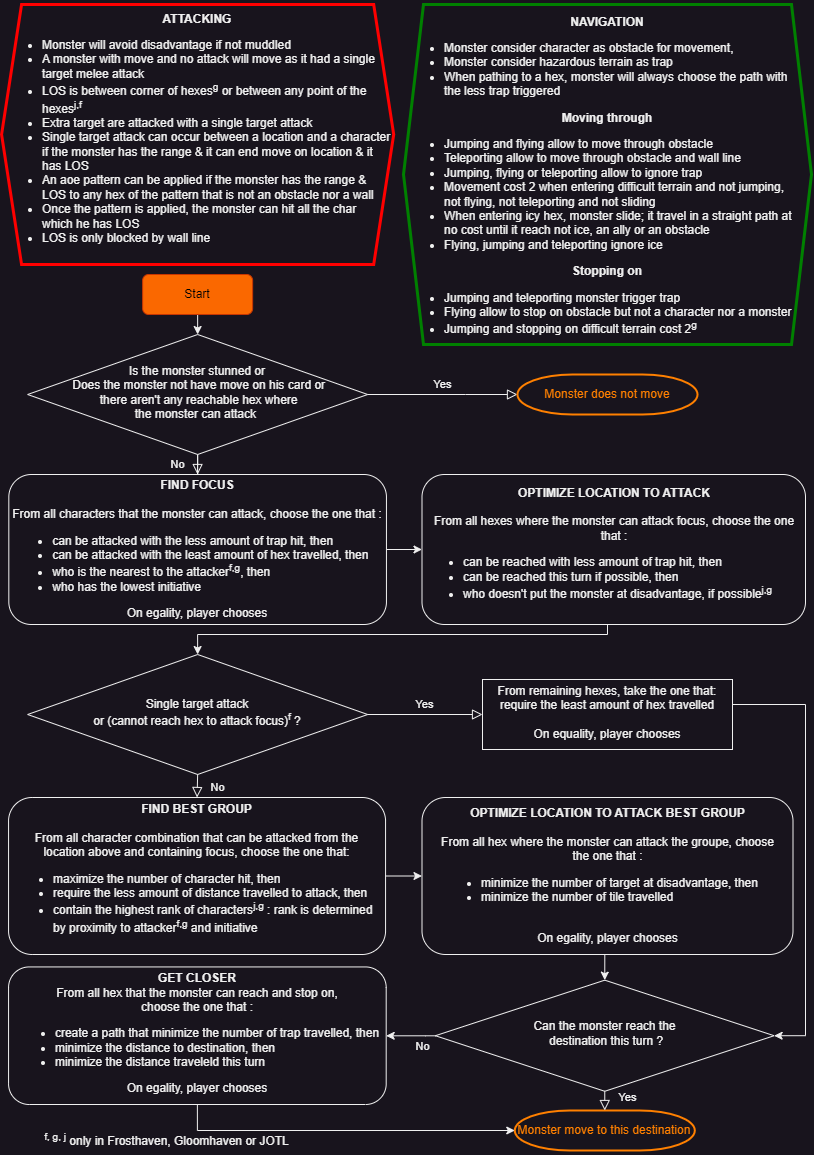
Earlier version of the draw.io export GloomIA_Flowchart.png (Toucan4Life/gloom). Source tidied: cells renumbered, new cells last; positions are measured from the earlier drawing's top-left corner, leaving out a move shared by most shapes.
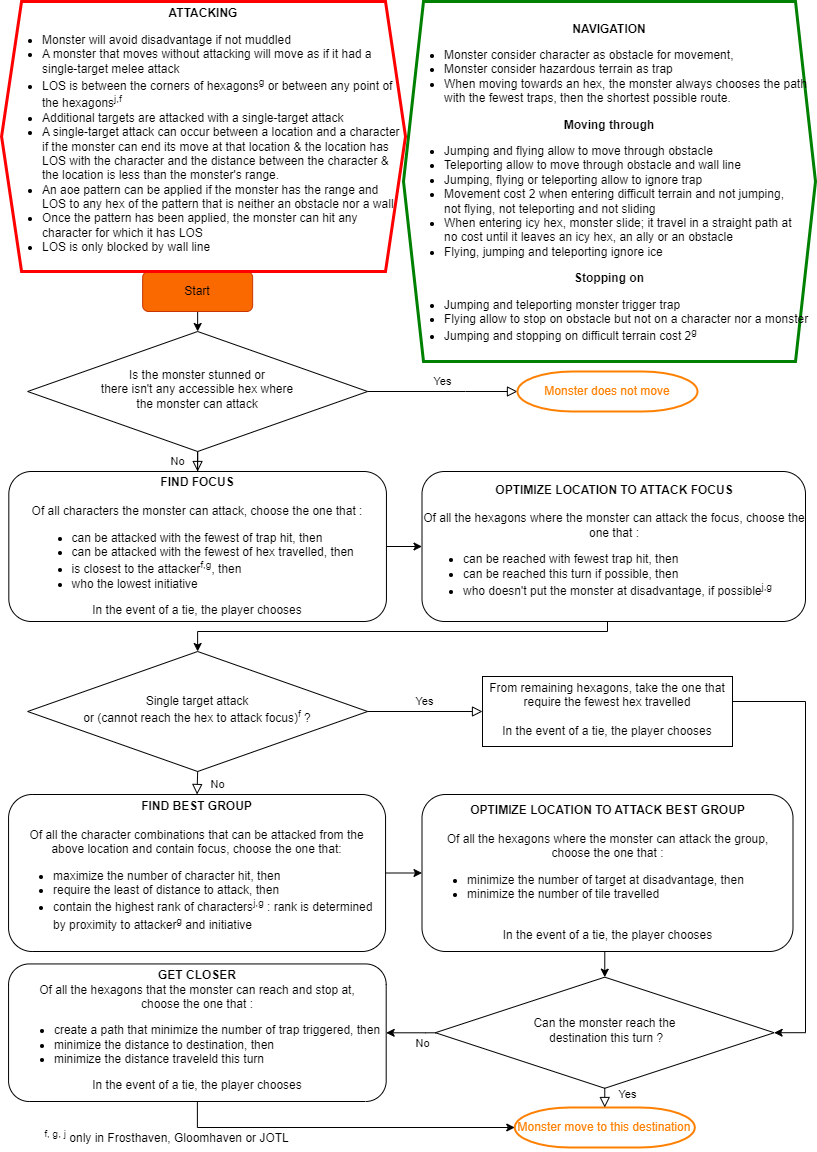
After the change.

Commit message:
Updated image, fixed typo and grammar (mostly)

Change to the diagram source:
```diff
@@ -19,7 +19,7 @@
         </Array>
       </mxGeometry>
     </mxCell>
-    <mxCell id="6" value="&lt;div&gt;Is the monster stunned or&lt;/div&gt;&lt;div&gt;&amp;nbsp;Does the monster not have move on his card or&lt;/div&gt;&lt;div&gt;&amp;nbsp;there aren't any reachable hex where &lt;br&gt;&lt;/div&gt;&lt;div&gt;the monster can attack&amp;nbsp; &lt;/div&gt;" style="rhombus;whiteSpace=wrap;html=1;shadow=0;fontFamily=Helvetica;fontSize=12;align=center;strokeWidth=1;spacing=6;spacingTop=-4;" parent="1" vertex="1">
+    <mxCell id="6" value="&lt;div&gt;Is the monster stunned or&lt;/div&gt;&lt;div&gt;&lt;div&gt;there isn't any accessible hex where&lt;/div&gt;&lt;div&gt;the monster can attack&lt;/div&gt;&lt;/div&gt;" style="rhombus;whiteSpace=wrap;html=1;shadow=0;fontFamily=Helvetica;fontSize=12;align=center;strokeWidth=1;spacing=6;spacingTop=-4;" parent="1" vertex="1">
       <mxGeometry x="26.1" y="330" width="340" height="120" as="geometry" />
     </mxCell>
     <mxCell id="7" value="&lt;font color=&quot;#ff8000&quot;&gt;Monster does not move&lt;/font&gt;" style="strokeWidth=2;html=1;shape=mxgraph.flowchart.terminator;whiteSpace=wrap;strokeColor=#ff8000;" parent="1" vertex="1">
@@ -28,7 +28,7 @@
     <mxCell id="8" style="edgeStyle=orthogonalEdgeStyle;rounded=0;jettySize=auto;html=1;exitX=1;exitY=0.5;exitDx=0;exitDy=0;entryX=0;entryY=0.5;entryDx=0;entryDy=0;" parent="1" edge="1" source="9" target="11">
       <mxGeometry relative="1" as="geometry" />
     </mxCell>
-    <mxCell id="9" value="&lt;div&gt;&lt;b&gt;FIND FOCUS&lt;/b&gt;&lt;br&gt;&lt;/div&gt;&lt;div&gt;&lt;br&gt;&lt;/div&gt;&lt;div&gt;From all characters that the monster can attack, choose the one that : &lt;br&gt;&lt;/div&gt;&lt;div align=&quot;left&quot;&gt;&lt;ul&gt;&lt;li&gt;can be attacked with the less amount of trap hit, then&lt;/li&gt;&lt;li&gt;can be attacked with the least amount of hex travelled, then&lt;/li&gt;&lt;li&gt;who is the nearest to the attacker&lt;sup&gt;f,g&lt;/sup&gt;, then&lt;/li&gt;&lt;li&gt;who has the lowest initiative&lt;/li&gt;&lt;/ul&gt;&lt;/div&gt;&lt;div&gt;On egality, player chooses&lt;br&gt;&lt;/div&gt;" style="rounded=1;whiteSpace=wrap;html=1;fontSize=12;glass=0;strokeWidth=1;shadow=0;" parent="1" vertex="1">
+    <mxCell id="9" value="&lt;div&gt;&lt;b&gt;FIND FOCUS&lt;/b&gt;&lt;br&gt;&lt;/div&gt;&lt;div&gt;&lt;br&gt;&lt;/div&gt;&lt;div&gt;Of all characters the monster can attack, choose the one that : &lt;br&gt;&lt;/div&gt;&lt;div align=&quot;left&quot;&gt;&lt;ul&gt;&lt;li&gt;can be attacked with the fewest of trap hit, then&lt;/li&gt;&lt;li&gt;can be attacked with the fewest of hex travelled, then&lt;/li&gt;&lt;li&gt;is closest to the attacker&lt;sup&gt;f,g&lt;/sup&gt;, then&lt;/li&gt;&lt;li&gt;who the lowest initiative&lt;/li&gt;&lt;/ul&gt;&lt;/div&gt;&lt;div&gt;In the event of a tie, the player chooses&lt;br&gt;&lt;/div&gt;" style="rounded=1;whiteSpace=wrap;html=1;fontSize=12;glass=0;strokeWidth=1;shadow=0;" parent="1" vertex="1">
       <mxGeometry x="7.3" y="470" width="377.6" height="150" as="geometry" />
     </mxCell>
     <mxCell id="10" style="edgeStyle=orthogonalEdgeStyle;rounded=0;jettySize=auto;html=1;exitX=0.5;exitY=1;exitDx=0;exitDy=0;entryX=0.5;entryY=0;entryDx=0;entryDy=0;" parent="1" edge="1" source="11" target="12">
@@ -40,10 +40,10 @@
         </Array>
       </mxGeometry>
     </mxCell>
-    <mxCell id="11" value="&lt;div&gt;&lt;b&gt;OPTIMIZE LOCATION TO ATTACK&lt;/b&gt;&lt;br&gt;&lt;/div&gt;&lt;div&gt;&lt;br&gt;&lt;/div&gt;&lt;div&gt;From all hexes where the monster can attack focus, choose the one that :&lt;/div&gt;&lt;div align=&quot;left&quot;&gt;&lt;ul&gt;&lt;li&gt;can be reached with less amount of trap hit, then&lt;/li&gt;&lt;li&gt;can be reached this turn if possible, then&lt;/li&gt;&lt;li&gt;who doesn't put the monster at disadvantage, if possible&lt;sup&gt;j,g&lt;/sup&gt;&lt;/li&gt;&lt;/ul&gt;&lt;/div&gt;" style="rounded=1;whiteSpace=wrap;html=1;fontSize=12;glass=0;strokeWidth=1;shadow=0;" parent="1" vertex="1">
+    <mxCell id="11" value="&lt;div&gt;&lt;b&gt;OPTIMIZE LOCATION TO ATTACK FOCUS&lt;/b&gt;&lt;br&gt;&lt;/div&gt;&lt;div&gt;&lt;br&gt;&lt;/div&gt;&lt;div&gt;Of all the hexagons where the monster can attack the focus, choose the one that :&lt;/div&gt;&lt;div align=&quot;left&quot;&gt;&lt;ul&gt;&lt;li&gt;can be reached with fewest trap hit, then&lt;/li&gt;&lt;li&gt;can be reached this turn if possible, then&lt;/li&gt;&lt;li&gt;who doesn't put the monster at disadvantage, if possible&lt;sup&gt;j,g&lt;/sup&gt;&lt;/li&gt;&lt;/ul&gt;&lt;/div&gt;" style="rounded=1;whiteSpace=wrap;html=1;fontSize=12;glass=0;strokeWidth=1;shadow=0;" parent="1" vertex="1">
       <mxGeometry x="420.5" y="470" width="383.5" height="150" as="geometry" />
     </mxCell>
-    <mxCell id="12" value="&lt;div&gt;Single target attack &lt;br&gt;&lt;/div&gt;&lt;div&gt;or (cannot reach hex to attack focus)&lt;sup&gt;f&lt;/sup&gt; ?&lt;/div&gt;" style="rhombus;whiteSpace=wrap;html=1;shadow=0;fontFamily=Helvetica;fontSize=12;align=center;strokeWidth=1;spacing=6;spacingTop=-4;" parent="1" vertex="1">
+    <mxCell id="12" value="&lt;div&gt;Single target attack &lt;br&gt;&lt;/div&gt;&lt;div&gt;or (cannot reach the hex to attack focus)&lt;sup&gt;f&lt;/sup&gt; ?&lt;/div&gt;" style="rhombus;whiteSpace=wrap;html=1;shadow=0;fontFamily=Helvetica;fontSize=12;align=center;strokeWidth=1;spacing=6;spacingTop=-4;" parent="1" vertex="1">
       <mxGeometry x="26.1" y="650" width="340" height="120" as="geometry" />
     </mxCell>
     <mxCell id="13" style="edgeStyle=orthogonalEdgeStyle;rounded=0;jettySize=auto;html=1;exitX=1;exitY=0.5;exitDx=0;exitDy=0;entryX=1;entryY=0.5;entryDx=0;entryDy=0;" parent="1" edge="1" source="14" target="21">
@@ -55,19 +55,19 @@
         </Array>
       </mxGeometry>
     </mxCell>
-    <mxCell id="14" value="&lt;div&gt;From remaining hexes, take the one that:&lt;/div&gt;&lt;div&gt;require the least amount of hex travelled&lt;/div&gt;&lt;div&gt;&lt;br&gt;&lt;/div&gt;&lt;div&gt;&lt;div align=&quot;center&quot;&gt;On equality, player chooses&lt;/div&gt;&lt;/div&gt;" style="whiteSpace=wrap;html=1;shadow=0;strokeWidth=1;spacing=6;spacingTop=-4;" parent="1" vertex="1">
+    <mxCell id="14" value="&lt;div&gt;From remaining hexagons, take the one that&lt;/div&gt;&lt;div&gt;require the fewest hex travelled&lt;/div&gt;&lt;div&gt;&lt;br&gt;&lt;/div&gt;&lt;div&gt;&lt;div align=&quot;center&quot;&gt;In the event of a tie, the player chooses&lt;br&gt;&lt;/div&gt;&lt;/div&gt;" style="whiteSpace=wrap;html=1;shadow=0;strokeWidth=1;spacing=6;spacingTop=-4;" parent="1" vertex="1">
       <mxGeometry x="481" y="675" width="250" height="70" as="geometry" />
     </mxCell>
     <mxCell id="15" style="edgeStyle=orthogonalEdgeStyle;rounded=0;jettySize=auto;html=1;exitX=1;exitY=0.5;exitDx=0;exitDy=0;entryX=0;entryY=0.5;entryDx=0;entryDy=0;" parent="1" edge="1" source="16" target="18">
       <mxGeometry relative="1" as="geometry" />
     </mxCell>
-    <mxCell id="16" value="&lt;div&gt;&lt;b&gt;FIND BEST GROUP&lt;/b&gt;&lt;br&gt;&lt;/div&gt;&lt;div&gt;&lt;br&gt;&lt;/div&gt;&lt;div&gt;From all character combination that can be attacked from the &lt;br&gt;&lt;/div&gt;&lt;div&gt;location above and containing focus, choose the one that:&lt;/div&gt;&lt;div align=&quot;left&quot;&gt;&lt;ul&gt;&lt;li&gt;maximize the number of character hit, then&lt;/li&gt;&lt;li&gt;require the less amount of distance travelled to attack, then&lt;/li&gt;&lt;li&gt;contain the highest rank of characters&lt;sup&gt;j,g&lt;/sup&gt; : rank is determined by proximity to attacker&lt;sup&gt;f,g&lt;/sup&gt; and initiative&lt;/li&gt;&lt;/ul&gt;&lt;/div&gt;" style="whiteSpace=wrap;html=1;shadow=0;strokeWidth=1;spacing=6;spacingTop=-4;rounded=1;" parent="1" vertex="1">
+    <mxCell id="16" value="&lt;div&gt;&lt;b&gt;FIND BEST GROUP&lt;/b&gt;&lt;br&gt;&lt;/div&gt;&lt;div&gt;&lt;br&gt;&lt;/div&gt;&lt;div&gt;Of all the character combinations that can be attacked from the above&amp;nbsp;&lt;span style=&quot;background-color: initial;&quot;&gt;location and contain focus, choose the one that:&lt;/span&gt;&lt;/div&gt;&lt;div align=&quot;left&quot;&gt;&lt;ul&gt;&lt;li&gt;maximize the number of character hit, then&lt;/li&gt;&lt;li&gt;require the least of distance to attack, then&lt;/li&gt;&lt;li&gt;contain the highest rank of characters&lt;sup&gt;j,g&lt;/sup&gt; : rank is determined by proximity to attacker&lt;sup&gt;g&lt;/sup&gt; and initiative&lt;/li&gt;&lt;/ul&gt;&lt;/div&gt;" style="whiteSpace=wrap;html=1;shadow=0;strokeWidth=1;spacing=6;spacingTop=-4;rounded=1;" parent="1" vertex="1">
       <mxGeometry x="7.1" y="793" width="377" height="157" as="geometry" />
     </mxCell>
     <mxCell id="17" style="edgeStyle=orthogonalEdgeStyle;rounded=0;jettySize=auto;html=1;exitX=0.5;exitY=1;exitDx=0;exitDy=0;entryX=0.5;entryY=0;entryDx=0;entryDy=0;" parent="1" edge="1" source="18" target="21">
       <mxGeometry relative="1" as="geometry" />
     </mxCell>
-    <mxCell id="18" value="&lt;div&gt;&lt;br&gt;&lt;/div&gt;&lt;div&gt;&lt;b&gt;OPTIMIZE LOCATION TO ATTACK BEST GROUP&lt;/b&gt;&lt;br&gt;&lt;/div&gt;&lt;div&gt;&lt;br&gt;&lt;/div&gt;&lt;div&gt;&lt;div&gt;From all hex where the monster can attack the groupe, choose &lt;br&gt;&lt;/div&gt;&lt;div&gt;the one that :&lt;/div&gt;&lt;/div&gt;&lt;div align=&quot;left&quot;&gt;&lt;ul&gt;&lt;li&gt;minimize the number of target at disadvantage, then&lt;/li&gt;&lt;li&gt;minimize the number of tile travelled&lt;/li&gt;&lt;/ul&gt;&lt;/div&gt;&lt;blockquote&gt;&lt;div align=&quot;left&quot;&gt;&lt;br&gt;&lt;/div&gt;&lt;div align=&quot;center&quot;&gt;On egality, player chooses&lt;/div&gt;&lt;/blockquote&gt;" style="whiteSpace=wrap;html=1;shadow=0;strokeWidth=1;spacing=6;spacingTop=-4;rounded=1;" parent="1" vertex="1">
+    <mxCell id="18" value="&lt;div&gt;&lt;br&gt;&lt;/div&gt;&lt;div&gt;&lt;b&gt;OPTIMIZE LOCATION TO ATTACK BEST GROUP&lt;/b&gt;&lt;br&gt;&lt;/div&gt;&lt;div&gt;&lt;br&gt;&lt;/div&gt;&lt;div&gt;&lt;div&gt;Of all the hexagons where the monster can attack the group, choose&amp;nbsp;&lt;span style=&quot;background-color: initial;&quot;&gt;the one that :&lt;/span&gt;&lt;/div&gt;&lt;/div&gt;&lt;div align=&quot;left&quot;&gt;&lt;ul&gt;&lt;li&gt;minimize the number of target at disadvantage, then&lt;/li&gt;&lt;li&gt;minimize the number of tile travelled&lt;/li&gt;&lt;/ul&gt;&lt;/div&gt;&lt;blockquote&gt;&lt;div align=&quot;left&quot;&gt;&lt;br&gt;&lt;/div&gt;&lt;div align=&quot;center&quot;&gt;In the event of a tie, the player chooses&lt;br&gt;&lt;/div&gt;&lt;/blockquote&gt;" style="whiteSpace=wrap;html=1;shadow=0;strokeWidth=1;spacing=6;spacingTop=-4;rounded=1;" parent="1" vertex="1">
       <mxGeometry x="420.5" y="793" width="371" height="157" as="geometry" />
     </mxCell>
     <mxCell id="19" style="edgeStyle=orthogonalEdgeStyle;rounded=0;jettySize=auto;html=1;" parent="1" edge="1" source="21" target="24">
@@ -92,7 +92,7 @@
     <mxCell id="23" style="edgeStyle=orthogonalEdgeStyle;rounded=0;jettySize=auto;html=1;exitX=0.5;exitY=1;exitDx=0;exitDy=0;entryX=0;entryY=0.5;entryDx=0;entryDy=0;" parent="1" edge="1" source="24" target="22">
       <mxGeometry relative="1" as="geometry" />
     </mxCell>
-    <mxCell id="24" value="&lt;b&gt;GET CLOSER&lt;/b&gt;&lt;div&gt;From all hex that the monster can reach and stop on, &lt;br&gt;&lt;/div&gt;&lt;div&gt;choose the one that :&lt;/div&gt;&lt;div align=&quot;left&quot;&gt;&lt;ul&gt;&lt;li&gt;create a path that minimize the number of trap travelled, then&lt;/li&gt;&lt;li&gt;minimize the distance to destination, then&lt;/li&gt;&lt;li&gt;minimize the distance traveleld this turn&lt;/li&gt;&lt;/ul&gt;&lt;/div&gt;&lt;div&gt;On egality, player chooses&lt;/div&gt;" style="whiteSpace=wrap;html=1;shadow=0;strokeWidth=1;spacing=6;spacingTop=-4;rounded=1;" parent="1" vertex="1">
+    <mxCell id="24" value="&lt;b&gt;GET CLOSER&lt;/b&gt;&lt;div&gt;Of all the hexagons that the monster can reach and stop at, &lt;br&gt;&lt;/div&gt;&lt;div&gt;choose the one that :&lt;/div&gt;&lt;div align=&quot;left&quot;&gt;&lt;ul&gt;&lt;li&gt;create a path that minimize the number of trap triggered, then&lt;/li&gt;&lt;li&gt;minimize the distance to destination, then&lt;/li&gt;&lt;li&gt;minimize the distance traveleld this turn&lt;/li&gt;&lt;/ul&gt;&lt;/div&gt;&lt;div&gt;In the event of a tie, the player chooses&lt;br&gt;&lt;/div&gt;" style="whiteSpace=wrap;html=1;shadow=0;strokeWidth=1;spacing=6;spacingTop=-4;rounded=1;" parent="1" vertex="1">
       <mxGeometry x="7.1" y="962.4" width="377.6" height="137.6" as="geometry" />
     </mxCell>
     <mxCell id="25" value="Yes" style="edgeStyle=orthogonalEdgeStyle;rounded=0;html=1;jettySize=auto;fontSize=11;endArrow=block;endFill=0;endSize=8;strokeWidth=1;shadow=0;labelBackgroundColor=none;entryX=0;entryY=0.5;entryDx=0;entryDy=0;exitX=1;exitY=0.5;exitDx=0;exitDy=0;" parent="1" edge="1" source="12" target="14">
@@ -104,11 +104,11 @@
     <mxCell id="27" value="No" style="rounded=0;html=1;jettySize=auto;fontSize=11;endArrow=block;endFill=0;endSize=8;strokeWidth=1;shadow=0;labelBackgroundColor=none;edgeStyle=orthogonalEdgeStyle;exitX=0.5;exitY=1;exitDx=0;exitDy=0;entryX=0.5;entryY=0;entryDx=0;entryDy=0;" parent="1" edge="1" source="12" target="16">
       <mxGeometry x="0.01" y="20" relative="1" as="geometry" />
     </mxCell>
-    <mxCell id="28" value="&lt;br&gt;&lt;div&gt;&lt;b&gt;NAVIGATION&lt;/b&gt;&lt;/div&gt;&lt;div align=&quot;left&quot;&gt;&lt;ul&gt;&lt;li&gt;Monster consider character as obstacle for movement,&lt;/li&gt;&lt;li&gt;Monster consider hazardous terrain as trap&lt;/li&gt;&lt;li&gt;When pathing to a hex, monster will always choose the path with&amp;nbsp;&amp;nbsp;&amp;nbsp;&amp;nbsp; the less trap triggered&lt;/li&gt;&lt;/ul&gt;&lt;/div&gt;&lt;div&gt;&lt;b&gt;Moving through&lt;/b&gt;&lt;div&gt;&lt;div align=&quot;left&quot;&gt;&lt;ul&gt;&lt;li&gt;Jumping and flying allow to move through obstacle&lt;/li&gt;&lt;li&gt;Teleporting allow to move through obstacle and wall line&lt;/li&gt;&lt;li&gt;Jumping, flying or teleporting allow to ignore trap&lt;/li&gt;&lt;li&gt;Movement cost 2 when entering difficult terrain and not jumping,&amp;nbsp;&amp;nbsp;&amp;nbsp;&amp;nbsp;&amp;nbsp;&amp;nbsp; not flying, not teleporting and not sliding&lt;/li&gt;&lt;li&gt;When entering icy hex, monster slide; it travel in a straight path at&amp;nbsp;&amp;nbsp; &amp;nbsp; no cost until it reach not ice, an ally or an obstacle&lt;/li&gt;&lt;li&gt;Flying, jumping and teleporting ignore ice&lt;/li&gt;&lt;/ul&gt;&lt;/div&gt;&lt;div&gt;&lt;div align=&quot;center&quot;&gt;&lt;b&gt;Stopping on&lt;/b&gt;&lt;/div&gt;&lt;div align=&quot;left&quot;&gt;&lt;ul&gt;&lt;li&gt;Jumping and teleporting monster trigger trap&lt;/li&gt;&lt;li&gt;Flying allow to stop on obstacle but not a character nor a monster&lt;br&gt;&lt;/li&gt;&lt;li&gt;Jumping and stopping on difficult terrain cost 2&lt;sup&gt;g&lt;/sup&gt;&lt;/li&gt;&lt;/ul&gt;&lt;/div&gt;&lt;/div&gt;&lt;/div&gt;&lt;/div&gt;" style="shape=hexagon;perimeter=hexagonPerimeter2;whiteSpace=wrap;html=1;fixedSize=1;strokeColor=#008000;strokeWidth=3;" parent="1" vertex="1">
-      <mxGeometry x="402" width="408" height="340" as="geometry" />
+    <mxCell id="28" value="&lt;br&gt;&lt;div&gt;&lt;b&gt;NAVIGATION&lt;/b&gt;&lt;/div&gt;&lt;div align=&quot;left&quot;&gt;&lt;ul&gt;&lt;li&gt;Monster consider character as obstacle for movement,&lt;/li&gt;&lt;li&gt;Monster consider hazardous terrain as trap&lt;/li&gt;&lt;li&gt;When moving towards an hex, the monster always chooses the path with the fewest traps, then the shortest possible route.&lt;/li&gt;&lt;/ul&gt;&lt;/div&gt;&lt;div&gt;&lt;b&gt;Moving through&lt;/b&gt;&lt;div&gt;&lt;div align=&quot;left&quot;&gt;&lt;ul&gt;&lt;li&gt;Jumping and flying allow to move through obstacle&lt;/li&gt;&lt;li&gt;Teleporting allow to move through obstacle and wall line&lt;/li&gt;&lt;li&gt;Jumping, flying or teleporting allow to ignore trap&lt;/li&gt;&lt;li&gt;Movement cost 2 when entering difficult terrain and not jumping,&amp;nbsp;&amp;nbsp;&amp;nbsp;&amp;nbsp;&amp;nbsp;&amp;nbsp; not flying, not teleporting and not sliding&lt;/li&gt;&lt;li&gt;When entering icy hex, monster slide; it travel in a straight path at&amp;nbsp;&amp;nbsp; &amp;nbsp; no cost until it leaves an icy hex, an ally or an obstacle&lt;/li&gt;&lt;li&gt;Flying, jumping and teleporting ignore ice&lt;/li&gt;&lt;/ul&gt;&lt;/div&gt;&lt;div&gt;&lt;div align=&quot;center&quot;&gt;&lt;b&gt;Stopping on&lt;/b&gt;&lt;/div&gt;&lt;div align=&quot;left&quot;&gt;&lt;ul&gt;&lt;li&gt;Jumping and teleporting monster trigger trap&lt;/li&gt;&lt;li&gt;Flying allow to stop on obstacle but not on a character nor a monster&lt;br&gt;&lt;/li&gt;&lt;li&gt;Jumping and stopping on difficult terrain cost 2&lt;sup&gt;g&lt;/sup&gt;&lt;/li&gt;&lt;/ul&gt;&lt;/div&gt;&lt;/div&gt;&lt;/div&gt;&lt;/div&gt;" style="shape=hexagon;perimeter=hexagonPerimeter2;whiteSpace=wrap;html=1;fixedSize=1;strokeColor=#008000;strokeWidth=3;" parent="1" vertex="1">
+      <mxGeometry x="402" width="412" height="360" as="geometry" />
     </mxCell>
-    <mxCell id="29" value="&lt;div&gt;&lt;b&gt;ATTACKING&lt;/b&gt;&lt;/div&gt;&lt;div align=&quot;left&quot;&gt;&lt;ul&gt;&lt;li&gt;&lt;div&gt;Monster will avoid disadvantage if not muddled&lt;/div&gt;&lt;/li&gt;&lt;li&gt;&lt;div&gt;A monster with move and no attack will move as it had a single target melee attack&lt;/div&gt;&lt;/li&gt;&lt;li&gt;&lt;div&gt;LOS is between corner of hexes&lt;sup&gt;g&lt;/sup&gt; or between any point of the hexes&lt;sup&gt;j,f&lt;/sup&gt;&lt;/div&gt;&lt;/li&gt;&lt;li&gt;Extra target are attacked with a single target attack&lt;/li&gt;&lt;li&gt;Single target attack can occur between a location and a character if the monster has the range &amp;amp; it can end move on location &amp;amp; it has LOS&lt;/li&gt;&lt;li&gt;An aoe pattern can be applied if the monster has the range &amp;amp;&amp;nbsp;&amp;nbsp;&amp;nbsp; LOS to any hex of the pattern that is not an obstacle nor a wall&lt;/li&gt;&lt;li&gt;Once the pattern is applied, the monster can hit all the char&amp;nbsp;&amp;nbsp;&amp;nbsp;&amp;nbsp; which he has LOS&lt;/li&gt;&lt;li&gt;LOS is only blocked by wall line&lt;/li&gt;&lt;/ul&gt;&lt;/div&gt;" style="shape=hexagon;perimeter=hexagonPerimeter2;whiteSpace=wrap;html=1;fixedSize=1;strokeColor=#ff0000;strokeWidth=3;" parent="1" vertex="1">
-      <mxGeometry x="0.1" width="392.1" height="260" as="geometry" />
+    <mxCell id="29" value="&lt;div&gt;&lt;b&gt;ATTACKING&lt;/b&gt;&lt;/div&gt;&lt;div align=&quot;left&quot;&gt;&lt;ul&gt;&lt;li&gt;&lt;div&gt;Monster will avoid disadvantage if not muddled&lt;/div&gt;&lt;/li&gt;&lt;li&gt;&lt;div&gt;A monster that moves without attacking will move as if it had a single-target melee attack&lt;/div&gt;&lt;/li&gt;&lt;li&gt;&lt;div&gt;LOS is between the corners of hexagons&lt;sup&gt;g&lt;/sup&gt; or between any point of the hexagons&lt;sup&gt;j,f&lt;/sup&gt;&lt;/div&gt;&lt;/li&gt;&lt;li&gt;Additional targets are attacked with a single-target attack&lt;/li&gt;&lt;li&gt;A single-target attack can occur between a location and a character if the monster can end its move at that location &amp;amp; the location has LOS with the character and the distance between the character &amp;amp; the location is less than the monster's range.&lt;/li&gt;&lt;li&gt;An aoe pattern can be applied if the monster has the range and&amp;nbsp; &amp;nbsp; LOS to any hex of the pattern that is neither an obstacle nor a wall&lt;/li&gt;&lt;li&gt;Once the pattern has been applied, the monster can hit any character for which it has LOS&lt;/li&gt;&lt;li&gt;LOS is only blocked by wall line&lt;/li&gt;&lt;/ul&gt;&lt;/div&gt;" style="shape=hexagon;perimeter=hexagonPerimeter2;whiteSpace=wrap;html=1;fixedSize=1;strokeColor=#ff0000;strokeWidth=3;" parent="1" vertex="1">
+      <mxGeometry x="0.1" width="403.9" height="270" as="geometry" />
     </mxCell>
     <mxCell id="30" value="&lt;sup&gt;f, g, j&lt;/sup&gt; only in Frosthaven, Gloomhaven or JOTL " style="text;html=1;strokeColor=none;fillColor=none;align=center;verticalAlign=middle;whiteSpace=wrap;rounded=0;" parent="1" vertex="1">
       <mxGeometry x="7.1" y="1120" width="316.7" height="30" as="geometry" />
```
